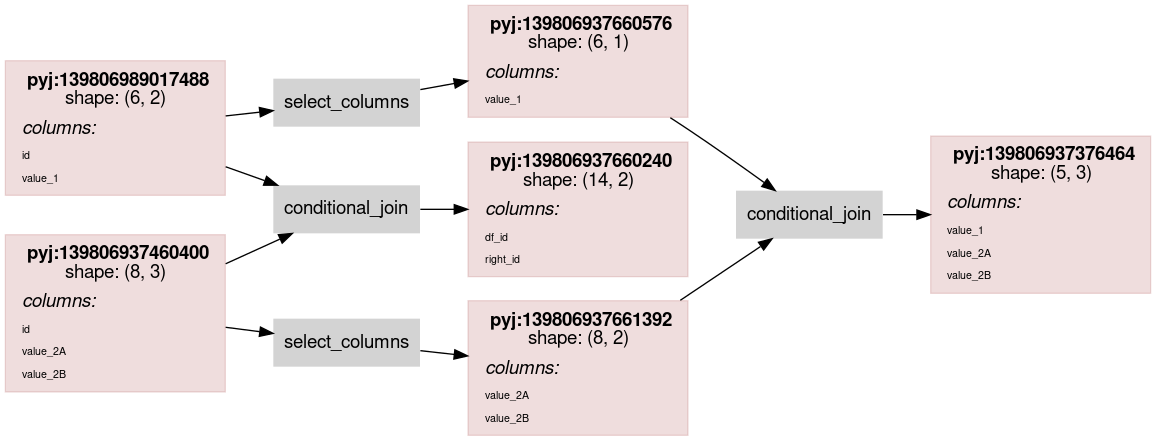
Before: scripts/rdflog/conditional_join.ttl.dot.png, a diagram exported from Graphviz (asmirnov69/pyjviz-poc). Its source is kept beside it as scripts/rdflog/conditional_join.ttl.dot.
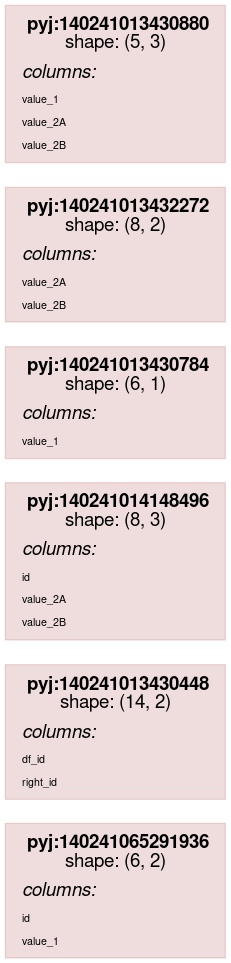
The same diagram one commit later.

The edit, as a diff of the source:
```diff
@@ -14,7 +14,7 @@
                 color="#88000022"
                 shape = rect
                 label = <<table border="0" cellborder="0" cellspacing="0" cellpadding="4">
-                         <tr> <td> <b>pyj:139806989017488</b><br/>shape: (6, 2)</td> </tr>
+                         <tr> <td> <b>pyj:140241065291936</b><br/>shape: (6, 2)</td> </tr>
                          <tr> <td align="left"><i>columns:</i><br align="left"/></td></tr>
                 <tr><td align="left"><FONT POINT-SIZE="8px">id</FONT></td></tr>
 <tr><td align="left"><FONT POINT-SIZE="8px">value_1</FONT></td></tr>
@@ -24,7 +24,7 @@
                 color="#88000022"
                 shape = rect
                 label = <<table border="0" cellborder="0" cellspacing="0" cellpadding="4">
-                         <tr> <td> <b>pyj:139806937660240</b><br/>shape: (14, 2)</td> </tr>
+                         <tr> <td> <b>pyj:140241013430448</b><br/>shape: (14, 2)</td> </tr>
                          <tr> <td align="left"><i>columns:</i><br align="left"/></td></tr>
                 <tr><td align="left"><FONT POINT-SIZE="8px">df_id</FONT></td></tr>
 <tr><td align="left"><FONT POINT-SIZE="8px">right_id</FONT></td></tr>
@@ -34,7 +34,7 @@
                 color="#88000022"
                 shape = rect
                 label = <<table border="0" cellborder="0" cellspacing="0" cellpadding="4">
-                         <tr> <td> <b>pyj:139806937460400</b><br/>shape: (8, 3)</td> </tr>
+                         <tr> <td> <b>pyj:140241014148496</b><br/>shape: (8, 3)</td> </tr>
                          <tr> <td align="left"><i>columns:</i><br align="left"/></td></tr>
                 <tr><td align="left"><FONT POINT-SIZE="8px">id</FONT></td></tr>
 <tr><td align="left"><FONT POINT-SIZE="8px">value_2A</FONT></td></tr>
@@ -45,7 +45,7 @@
                 color="#88000022"
                 shape = rect
                 label = <<table border="0" cellborder="0" cellspacing="0" cellpadding="4">
-                         <tr> <td> <b>pyj:139806937660576</b><br/>shape: (6, 1)</td> </tr>
+                         <tr> <td> <b>pyj:140241013430784</b><br/>shape: (6, 1)</td> </tr>
                          <tr> <td align="left"><i>columns:</i><br align="left"/></td></tr>
                 <tr><td align="left"><FONT POINT-SIZE="8px">value_1</FONT></td></tr>
                          </table>>
@@ -54,7 +54,7 @@
                 color="#88000022"
                 shape = rect
                 label = <<table border="0" cellborder="0" cellspacing="0" cellpadding="4">
-                         <tr> <td> <b>pyj:139806937661392</b><br/>shape: (8, 2)</td> </tr>
+                         <tr> <td> <b>pyj:140241013432272</b><br/>shape: (8, 2)</td> </tr>
                          <tr> <td align="left"><i>columns:</i><br align="left"/></td></tr>
                 <tr><td align="left"><FONT POINT-SIZE="8px">value_2A</FONT></td></tr>
 <tr><td align="left"><FONT POINT-SIZE="8px">value_2B</FONT></td></tr>
@@ -64,25 +64,14 @@
                 color="#88000022"
                 shape = rect
                 label = <<table border="0" cellborder="0" cellspacing="0" cellpadding="4">
-                         <tr> <td> <b>pyj:139806937376464</b><br/>shape: (5, 3)</td> </tr>
+                         <tr> <td> <b>pyj:140241013430880</b><br/>shape: (5, 3)</td> </tr>
                          <tr> <td align="left"><i>columns:</i><br align="left"/></td></tr>
                 <tr><td align="left"><FONT POINT-SIZE="8px">value_1</FONT></td></tr>
 <tr><td align="left"><FONT POINT-SIZE="8px">value_2A</FONT></td></tr>
 <tr><td align="left"><FONT POINT-SIZE="8px">value_2B</FONT></td></tr>
                          </table>>
                 ];
-node0_6 [ label = "conditional_join" ];
-node0_7 [ label = "select_columns" ];
-node0_8 [ label = "select_columns" ];
-node0_9 [ label = "conditional_join" ];
-node0_0 -> node0_6;
-node0_0 -> node0_7;
-node0_2 -> node0_6;
-node0_2 -> node0_8;
-node0_3 -> node0_9;
-node0_4 -> node0_9;
-node0_6 -> node0_1;
-node0_7 -> node0_3;
-node0_8 -> node0_4;
-node0_9 -> node0_5;
+subgraph cluster_0 {
+label = "None";
 }
+}
```
